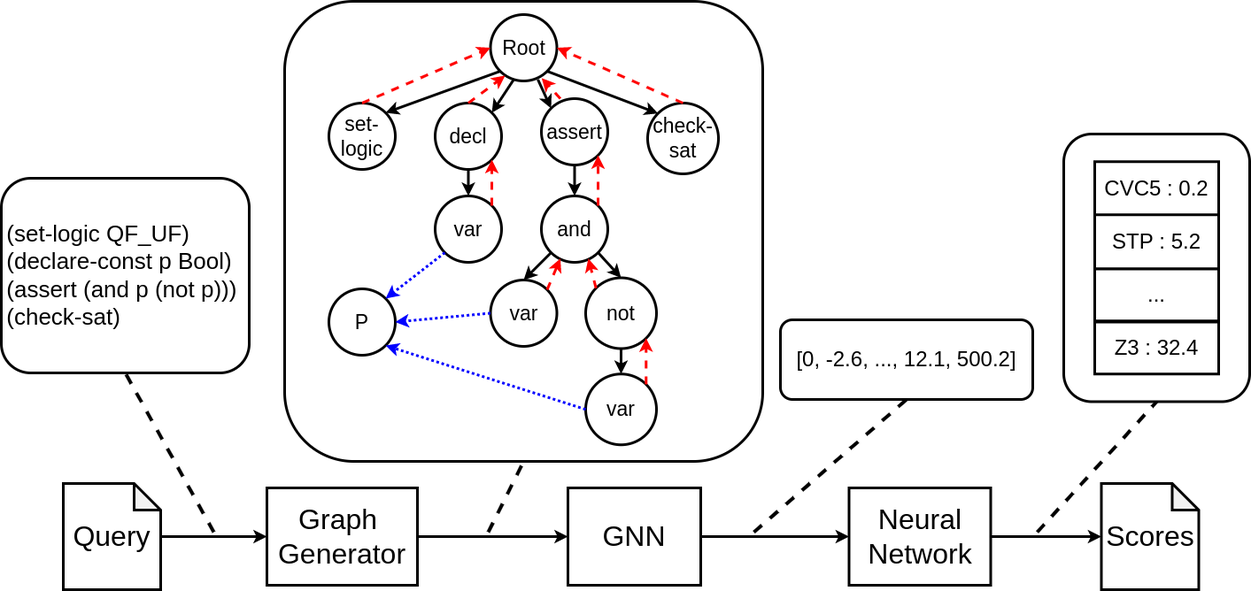
This is images/projects/sibyl-pipeline.png from less-lab-uva/less-lab-uva.github.io, a draw.io export, as it was before one commit. Source tidied: cells renumbered, new cells last; positions are measured from the earlier drawing's top-left corner, leaving out a move shared by most shapes.
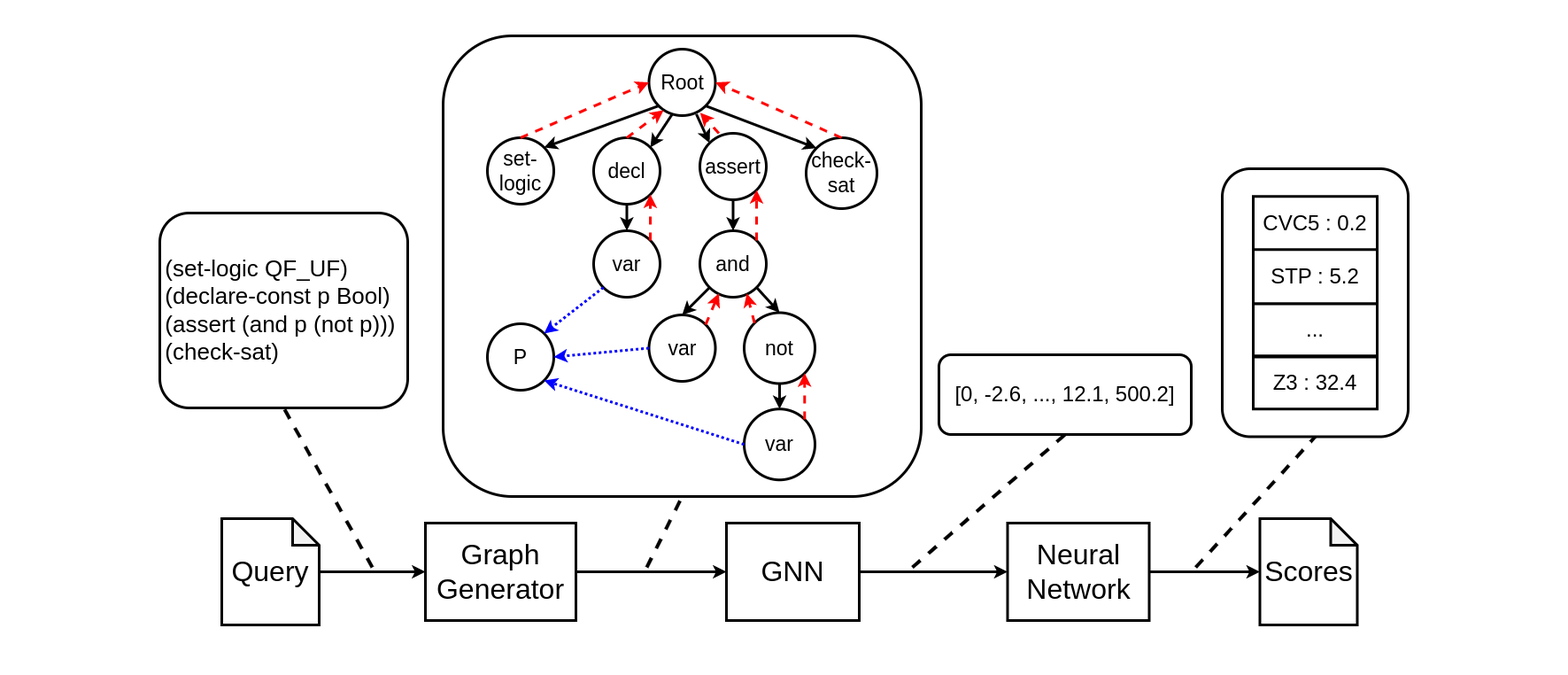
Above is the later version.

The edit, as a diff of the source:
```diff
@@ -2,6 +2,9 @@
   <root>
     <mxCell id="0" />
     <mxCell id="1" parent="0" />
+    <mxCell id="55" style="rounded=0;whiteSpace=wrap;html=1;strokeColor=none;" parent="1" vertex="1">
+      <mxGeometry x="-180" y="-40" width="1770" height="760" as="geometry" />
+    </mxCell>
     <mxCell id="2" style="rounded=1;whiteSpace=wrap;html=1;fontSize=16;strokeWidth=3;" parent="1" vertex="1">
       <mxGeometry x="320" width="540" height="520" as="geometry" />
     </mxCell>
```
